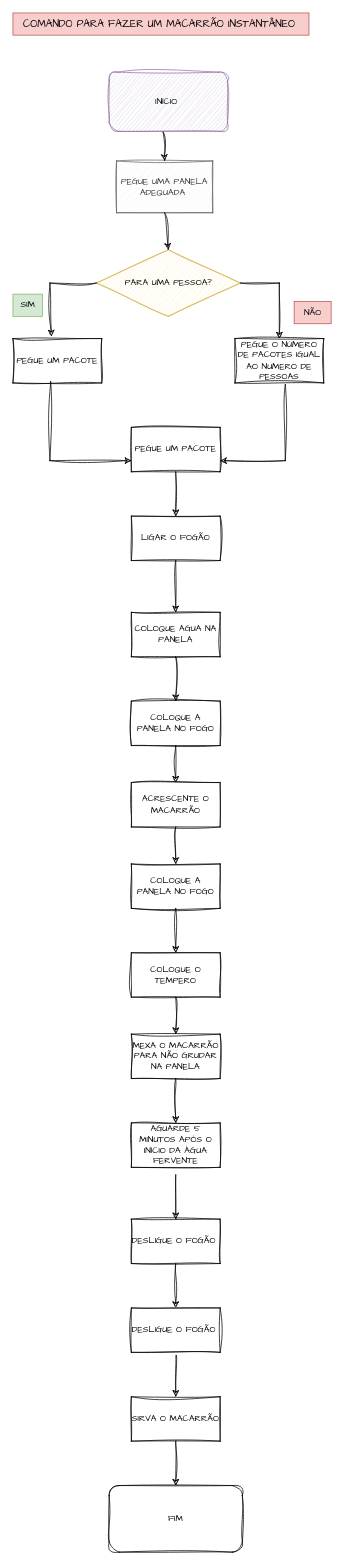
giannycabral/EBAC-CURSO-PROGRAMA-O keeps this draw.io diagram as Diagrama sem nome.drawio. Above is the earlier version. Source tidied: cells renumbered, new cells numbered last; positions are measured from the earlier drawing's top-left corner, leaving out a move shared by most shapes. Both pictures are drawn from the tidied source at 74%, with x=0, y=0 at pixel (13, 13).
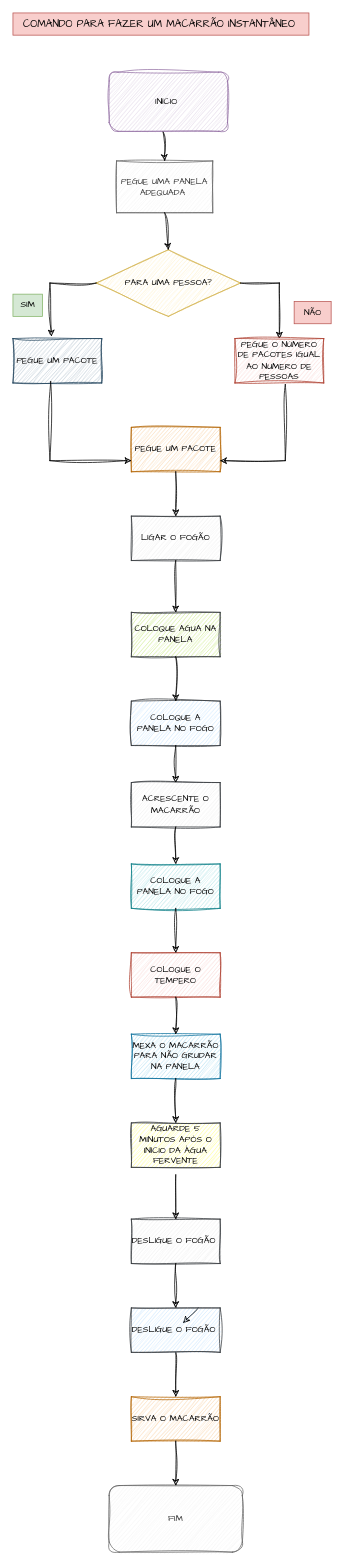
The same page after the edit.

Diff of the diagram source:
```diff
@@
-    <mxCell id="6" value="PEGUE UM PACOTE" style="rounded=0;whiteSpace=wrap;html=1;sketch=1;hachureGap=4;jiggle=2;curveFitting=1;fontFamily=Architects Daughter;" parent="1" vertex="1">
+    <mxCell id="6" value="PEGUE UM PACOTE" style="rounded=0;whiteSpace=wrap;html=1;sketch=1;hachureGap=4;jiggle=2;curveFitting=1;fontFamily=Architects Daughter;fillColor=#bac8d3;strokeColor=#23445d;" parent="1" vertex="1">
       <mxGeometry y="440" width="120" height="60" as="geometry" />
     </mxCell>
@@
-    <mxCell id="13" value="PEGUE O NÚMERO DE PACOTES IGUAL AO NUMERO DE PESSOAS" style="rounded=0;whiteSpace=wrap;html=1;sketch=1;hachureGap=4;jiggle=2;curveFitting=1;fontFamily=Architects Daughter;" parent="1" vertex="1">
+    <mxCell id="13" value="PEGUE O NÚMERO DE PACOTES IGUAL AO NUMERO DE PESSOAS" style="rounded=0;whiteSpace=wrap;html=1;sketch=1;hachureGap=4;jiggle=2;curveFitting=1;fontFamily=Architects Daughter;fillColor=#fad9d5;strokeColor=#ae4132;" parent="1" vertex="1">
       <mxGeometry x="300" y="440" width="120" height="60" as="geometry" />
     </mxCell>
-    <mxCell id="14" value="PEGUE UM PACOTE" style="rounded=0;whiteSpace=wrap;html=1;sketch=1;hachureGap=4;jiggle=2;curveFitting=1;fontFamily=Architects Daughter;" parent="1" vertex="1">
+    <mxCell id="14" value="PEGUE UM PACOTE" style="rounded=0;whiteSpace=wrap;html=1;sketch=1;hachureGap=4;jiggle=2;curveFitting=1;fontFamily=Architects Daughter;fillColor=#fad7ac;strokeColor=#b46504;" parent="1" vertex="1">
       <mxGeometry x="160" y="560" width="120" height="60" as="geometry" />
     </mxCell>
@@
-    <mxCell id="17" value="LIGAR O FOGÃO" style="rounded=0;whiteSpace=wrap;html=1;sketch=1;hachureGap=4;jiggle=2;curveFitting=1;fontFamily=Architects Daughter;" parent="1" vertex="1">
+    <mxCell id="17" value="LIGAR O FOGÃO" style="rounded=0;whiteSpace=wrap;html=1;sketch=1;hachureGap=4;jiggle=2;curveFitting=1;fontFamily=Architects Daughter;fillColor=#eeeeee;strokeColor=#36393d;" parent="1" vertex="1">
       <mxGeometry x="160" y="680" width="120" height="60" as="geometry" />
     </mxCell>
-    <mxCell id="18" value="COLOQUE A PANELA NO FOGO" style="rounded=0;whiteSpace=wrap;html=1;sketch=1;hachureGap=4;jiggle=2;curveFitting=1;fontFamily=Architects Daughter;" parent="1" vertex="1">
+    <mxCell id="18" value="COLOQUE A PANELA NO FOGO" style="rounded=0;whiteSpace=wrap;html=1;sketch=1;hachureGap=4;jiggle=2;curveFitting=1;fontFamily=Architects Daughter;fillColor=#cce5ff;strokeColor=#36393d;" parent="1" vertex="1">
       <mxGeometry x="160" y="930" width="120" height="60" as="geometry" />
     </mxCell>
-    <mxCell id="19" value="COLOQUE AGUA NA PANELA" style="rounded=0;whiteSpace=wrap;html=1;sketch=1;hachureGap=4;jiggle=2;curveFitting=1;fontFamily=Architects Daughter;" parent="1" vertex="1">
+    <mxCell id="19" value="COLOQUE AGUA NA PANELA" style="rounded=0;whiteSpace=wrap;html=1;sketch=1;hachureGap=4;jiggle=2;curveFitting=1;fontFamily=Architects Daughter;fillColor=#cdeb8b;strokeColor=#36393d;" parent="1" vertex="1">
       <mxGeometry x="160" y="810" width="120" height="60" as="geometry" />
     </mxCell>
-    <mxCell id="20" value="ACRESCENTE O MACARRÃO" style="rounded=0;whiteSpace=wrap;html=1;sketch=1;hachureGap=4;jiggle=2;curveFitting=1;fontFamily=Architects Daughter;" parent="1" vertex="1">
+    <mxCell id="20" value="ACRESCENTE O MACARRÃO" style="rounded=0;whiteSpace=wrap;html=1;sketch=1;hachureGap=4;jiggle=2;curveFitting=1;fontFamily=Architects Daughter;fillColor=#eeeeee;strokeColor=#36393d;" parent="1" vertex="1">
       <mxGeometry x="160" y="1040" width="120" height="60" as="geometry" />
     </mxCell>
-    <mxCell id="21" value="COLOQUE A PANELA NO FOGO" style="rounded=0;whiteSpace=wrap;html=1;sketch=1;hachureGap=4;jiggle=2;curveFitting=1;fontFamily=Architects Daughter;" parent="1" vertex="1">
+    <mxCell id="21" value="COLOQUE A PANELA NO FOGO" style="rounded=0;whiteSpace=wrap;html=1;sketch=1;hachureGap=4;jiggle=2;curveFitting=1;fontFamily=Architects Daughter;fillColor=#b0e3e6;strokeColor=#0e8088;" parent="1" vertex="1">
       <mxGeometry x="160" y="1150" width="120" height="60" as="geometry" />
     </mxCell>
@@
-    <mxCell id="27" value="COLOQUE O TEMPERO" style="rounded=0;whiteSpace=wrap;html=1;sketch=1;hachureGap=4;jiggle=2;curveFitting=1;fontFamily=Architects Daughter;" parent="1" vertex="1">
+    <mxCell id="27" value="COLOQUE O TEMPERO" style="rounded=0;whiteSpace=wrap;html=1;sketch=1;hachureGap=4;jiggle=2;curveFitting=1;fontFamily=Architects Daughter;fillColor=#fad9d5;strokeColor=#ae4132;" parent="1" vertex="1">
       <mxGeometry x="160" y="1270" width="120" height="60" as="geometry" />
     </mxCell>
-    <mxCell id="28" value="AGUARDE 5 MINUTOS APÓS O INÍCIO DA ÁGUA FERVENTE" style="rounded=0;whiteSpace=wrap;html=1;sketch=1;hachureGap=4;jiggle=2;curveFitting=1;fontFamily=Architects Daughter;" parent="1" vertex="1">
+    <mxCell id="28" value="AGUARDE 5 MINUTOS APÓS O INÍCIO DA ÁGUA FERVENTE" style="rounded=0;whiteSpace=wrap;html=1;sketch=1;hachureGap=4;jiggle=2;curveFitting=1;fontFamily=Architects Daughter;fillColor=#ffff88;strokeColor=#36393d;" parent="1" vertex="1">
       <mxGeometry x="160" y="1500" width="120" height="60" as="geometry" />
     </mxCell>
-    <mxCell id="29" value="MEXA O MACARRÃO PARA NÃO GRUDAR NA PANELA" style="rounded=0;whiteSpace=wrap;html=1;sketch=1;hachureGap=4;jiggle=2;curveFitting=1;fontFamily=Architects Daughter;" parent="1" vertex="1">
+    <mxCell id="29" value="MEXA O MACARRÃO PARA NÃO GRUDAR NA PANELA" style="rounded=0;whiteSpace=wrap;html=1;sketch=1;hachureGap=4;jiggle=2;curveFitting=1;fontFamily=Architects Daughter;fillColor=#b1ddf0;strokeColor=#10739e;" parent="1" vertex="1">
       <mxGeometry x="160" y="1380" width="120" height="60" as="geometry" />
     </mxCell>
-    <mxCell id="30" value="DESLIGUE O FOGÃO&amp;nbsp;" style="rounded=0;whiteSpace=wrap;html=1;sketch=1;hachureGap=4;jiggle=2;curveFitting=1;fontFamily=Architects Daughter;" parent="1" vertex="1">
+    <mxCell id="30" value="DESLIGUE O FOGÃO&amp;nbsp;" style="rounded=0;whiteSpace=wrap;html=1;sketch=1;hachureGap=4;jiggle=2;curveFitting=1;fontFamily=Architects Daughter;fillColor=#eeeeee;strokeColor=#36393d;" parent="1" vertex="1">
       <mxGeometry x="160" y="1630" width="120" height="60" as="geometry" />
     </mxCell>
-    <mxCell id="31" value="SIRVA O MACARRÃO" style="rounded=0;whiteSpace=wrap;html=1;sketch=1;hachureGap=4;jiggle=2;curveFitting=1;fontFamily=Architects Daughter;" parent="1" vertex="1">
+    <mxCell id="31" value="SIRVA O MACARRÃO" style="rounded=0;whiteSpace=wrap;html=1;sketch=1;hachureGap=4;jiggle=2;curveFitting=1;fontFamily=Architects Daughter;fillColor=#fad7ac;strokeColor=#b46504;" parent="1" vertex="1">
       <mxGeometry x="160" y="1870" width="120" height="60" as="geometry" />
     </mxCell>
-    <mxCell id="32" value="FIM" style="rounded=1;whiteSpace=wrap;html=1;sketch=1;hachureGap=4;jiggle=2;curveFitting=1;fontFamily=Architects Daughter;" parent="1" vertex="1">
+    <mxCell id="32" value="FIM" style="rounded=1;whiteSpace=wrap;html=1;sketch=1;hachureGap=4;jiggle=2;curveFitting=1;fontFamily=Architects Daughter;fillColor=#f5f5f5;strokeColor=#666666;fontColor=#333333;" parent="1" vertex="1">
       <mxGeometry x="130" y="1990" width="180" height="90" as="geometry" />
     </mxCell>
@@
-    <mxCell id="41" value="DESLIGUE O FOGÃO&amp;nbsp;" style="rounded=0;whiteSpace=wrap;html=1;sketch=1;hachureGap=4;jiggle=2;curveFitting=1;fontFamily=Architects Daughter;" parent="1" vertex="1">
+    <mxCell id="41" value="DESLIGUE O FOGÃO&amp;nbsp;" style="rounded=0;whiteSpace=wrap;html=1;sketch=1;hachureGap=4;jiggle=2;curveFitting=1;fontFamily=Architects Daughter;fillColor=#cce5ff;strokeColor=#36393d;" parent="1" vertex="1">
       <mxGeometry x="160" y="1750" width="120" height="60" as="geometry" />
     </mxCell>
```
